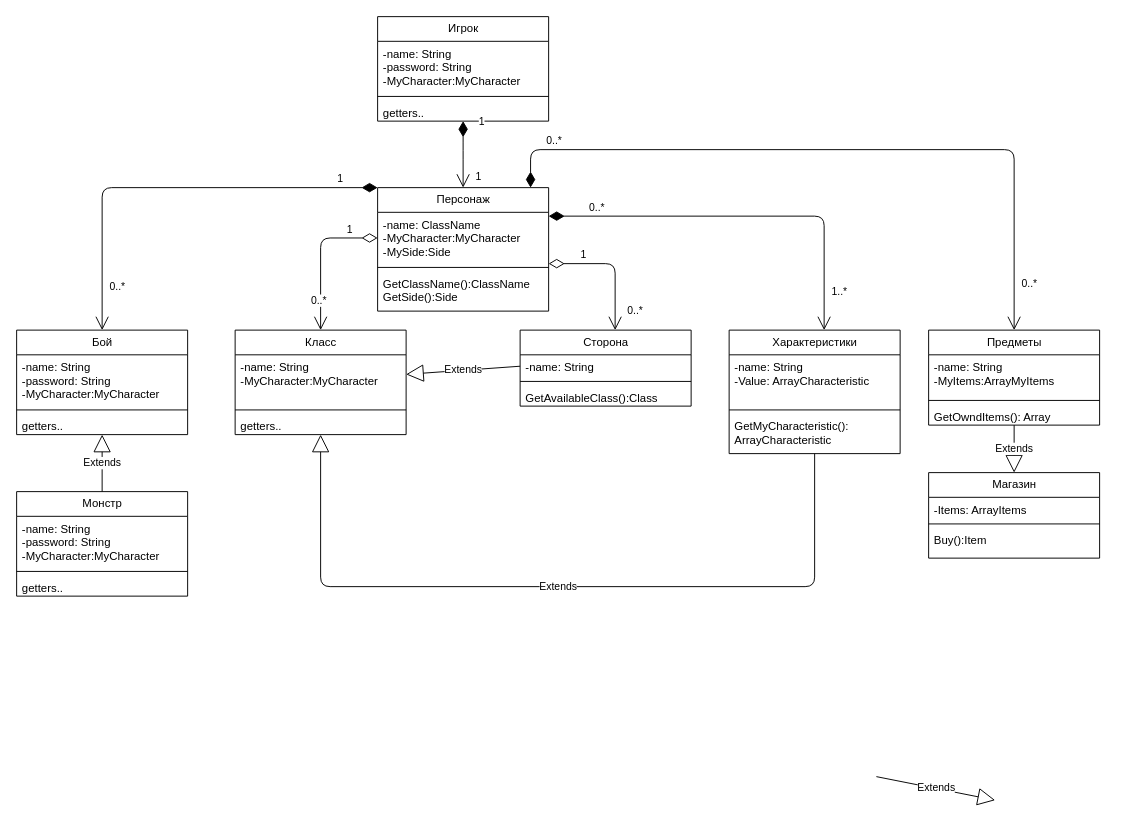
Earlier version of the draw.io diagram page "Шаг 4. Конкретизация диаграммы классов" (4 of 4) of UML/rpg_use_case_amp_class_diagram.drawio (DizZzelll/Python_kurs). Source tidied: cells renumbered, new cells numbered last; positions are measured from the earlier drawing's top-left corner, leaving out a move shared by most shapes. Both pictures are drawn from the tidied source at 95%, with x=0, y=0 at pixel (16, 16).
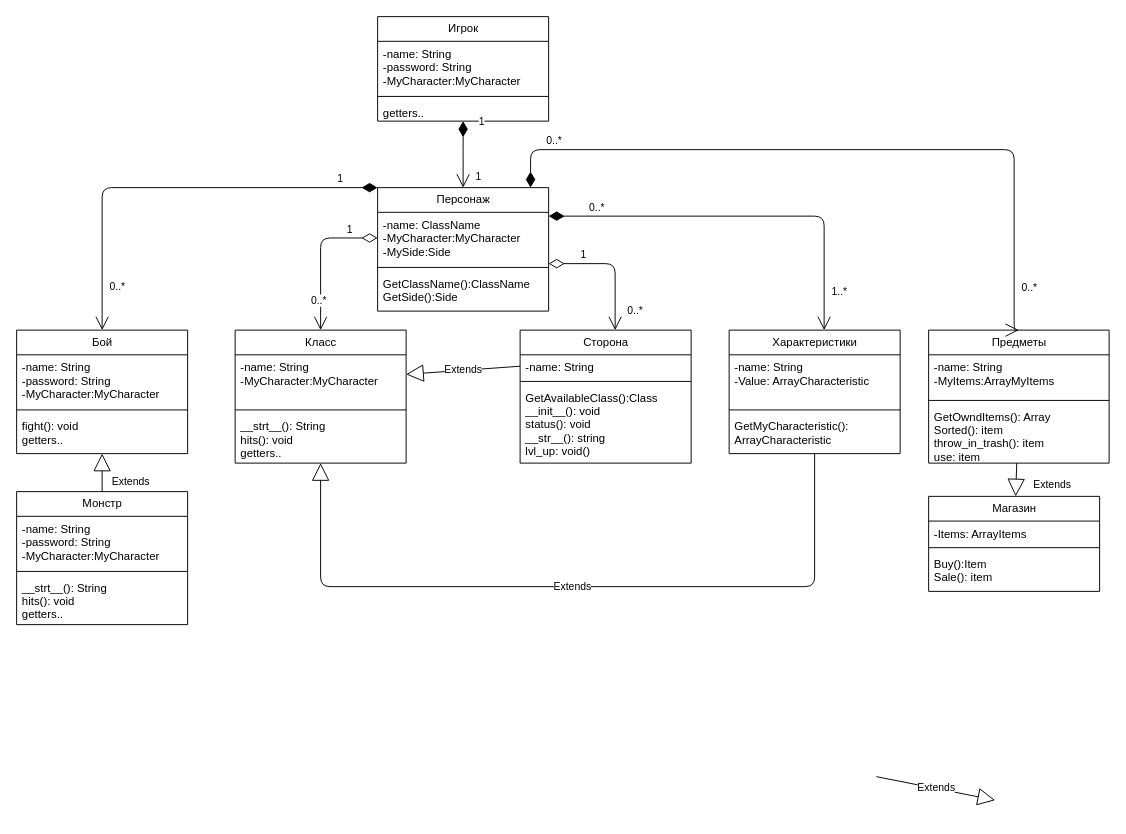
After the change.

What changed in the source:
```diff
@@
     <mxCell id="11" value="Класс" style="swimlane;fontStyle=0;horizontal=1;startSize=26;fillColor=#ffffff;fontFamily=Helvetica;fontSize=12;fontColor=#000000;align=center;strokeColor=#000000;html=1;" parent="1" vertex="1">
-      <mxGeometry x="230" y="330" width="180" height="110" as="geometry" />
+      <mxGeometry x="230" y="330" width="180" height="140" as="geometry" />
     </mxCell>
@@
-    <mxCell id="14" value="getters.." style="text;strokeColor=none;fillColor=none;align=left;verticalAlign=top;spacingLeft=4;spacingRight=4;overflow=hidden;points=[[0,0.5],[1,0.5]];portConstraint=eastwest;" parent="11" vertex="1">
-      <mxGeometry y="88" width="180" height="22" as="geometry" />
+    <mxCell id="14" value="__strt__(): String&#10;hits(): void&#10;getters.." style="text;strokeColor=none;fillColor=none;align=left;verticalAlign=top;spacingLeft=4;spacingRight=4;overflow=hidden;points=[[0,0.5],[1,0.5]];portConstraint=eastwest;" parent="11" vertex="1">
+      <mxGeometry y="88" width="180" height="52" as="geometry" />
     </mxCell>
     <mxCell id="15" value="Сторона" style="swimlane;fontStyle=0;horizontal=1;startSize=26;fillColor=#ffffff;fontFamily=Helvetica;fontSize=12;fontColor=#000000;align=center;strokeColor=#000000;html=1;" parent="1" vertex="1">
-      <mxGeometry x="530" y="330" width="180" height="80" as="geometry" />
+      <mxGeometry x="530" y="330" width="180" height="140" as="geometry" />
     </mxCell>
@@
-    <mxCell id="18" value="GetAvailableClass():Class" style="text;strokeColor=none;fillColor=none;align=left;verticalAlign=top;spacingLeft=4;spacingRight=4;overflow=hidden;" parent="15" vertex="1">
-      <mxGeometry y="58" width="180" height="22" as="geometry" />
+    <mxCell id="18" value="GetAvailableClass():Class&#10;__init__(): void&#10;status(): void&#10;__str__(): string&#10;lvl_up: void()&#10;" style="text;strokeColor=none;fillColor=none;align=left;verticalAlign=top;spacingLeft=4;spacingRight=4;overflow=hidden;" parent="15" vertex="1">
+      <mxGeometry y="58" width="180" height="82" as="geometry" />
     </mxCell>
     <mxCell id="19" value="Бой" style="swimlane;fontStyle=0;horizontal=1;startSize=26;fillColor=#ffffff;fontFamily=Helvetica;fontSize=12;fontColor=#000000;align=center;strokeColor=#000000;html=1;" parent="1" vertex="1">
-      <mxGeometry y="330" width="180" height="110" as="geometry" />
+      <mxGeometry y="330" width="180" height="130" as="geometry" />
     </mxCell>
@@
-    <mxCell id="22" value="getters.." style="text;strokeColor=none;fillColor=none;align=left;verticalAlign=top;spacingLeft=4;spacingRight=4;overflow=hidden;points=[[0,0.5],[1,0.5]];portConstraint=eastwest;" parent="19" vertex="1">
-      <mxGeometry y="88" width="180" height="22" as="geometry" />
+    <mxCell id="22" value="fight(): void&#10;getters.." style="text;strokeColor=none;fillColor=none;align=left;verticalAlign=top;spacingLeft=4;spacingRight=4;overflow=hidden;points=[[0,0.5],[1,0.5]];portConstraint=eastwest;" parent="19" vertex="1">
+      <mxGeometry y="88" width="180" height="42" as="geometry" />
     </mxCell>
     <mxCell id="23" value="Монстр" style="swimlane;fontStyle=0;horizontal=1;startSize=26;fillColor=#ffffff;fontFamily=Helvetica;fontSize=12;fontColor=#000000;align=center;strokeColor=#000000;html=1;" parent="1" vertex="1">
-      <mxGeometry y="500" width="180" height="110" as="geometry" />
+      <mxGeometry y="500" width="180" height="140" as="geometry" />
     </mxCell>
@@
-    <mxCell id="26" value="getters.." style="text;strokeColor=none;fillColor=none;align=left;verticalAlign=top;spacingLeft=4;spacingRight=4;overflow=hidden;" parent="23" vertex="1">
-      <mxGeometry y="88" width="180" height="22" as="geometry" />
-    </mxCell>
+    <mxCell id="55" value="__strt__(): String&#10;hits(): void&#10;getters.." style="text;strokeColor=none;fillColor=none;align=left;verticalAlign=top;spacingLeft=4;spacingRight=4;overflow=hidden;" parent="23" vertex="1">
+      <mxGeometry y="88" width="180" height="52" as="geometry" />
+    </mxCell>
@@
     <mxCell id="31" value="Предметы" style="swimlane;fontStyle=0;horizontal=1;startSize=26;fillColor=#ffffff;fontFamily=Helvetica;fontSize=12;fontColor=#000000;align=center;strokeColor=#000000;html=1;" parent="1" vertex="1">
-      <mxGeometry x="960" y="330" width="180" height="100" as="geometry" />
+      <mxGeometry x="960" y="330" width="190" height="140" as="geometry" />
     </mxCell>
     <mxCell id="32" value="-name: String&#10;-MyItems:ArrayMyItems" style="text;strokeColor=none;fillColor=none;align=left;verticalAlign=top;spacingLeft=4;spacingRight=4;overflow=hidden;" parent="31" vertex="1">
-      <mxGeometry y="26" width="180" height="44" as="geometry" />
+      <mxGeometry y="26" width="190" height="44" as="geometry" />
     </mxCell>
     <mxCell id="33" style="line;strokeWidth=1;fillColor=none;align=left;verticalAlign=middle;spacingTop=-1;spacingLeft=3;spacingRight=3;labelPosition=right;" parent="31" vertex="1">
-      <mxGeometry y="70" width="180" height="8" as="geometry" />
+      <mxGeometry y="70" width="190" height="8" as="geometry" />
     </mxCell>
-    <mxCell id="34" value="GetOwndItems(): Array" style="text;strokeColor=none;fillColor=none;align=left;verticalAlign=top;spacingLeft=4;spacingRight=4;overflow=hidden;" parent="31" vertex="1">
-      <mxGeometry y="78" width="180" height="22" as="geometry" />
+    <mxCell id="34" value="GetOwndItems(): Array&#10;Sorted(): item&#10;throw_in_trash(): item&#10;use: item" style="text;strokeColor=none;fillColor=none;align=left;verticalAlign=top;spacingLeft=4;spacingRight=4;overflow=hidden;" parent="31" vertex="1">
+      <mxGeometry y="78" width="190" height="62" as="geometry" />
     </mxCell>
     <mxCell id="35" value="Магазин" style="swimlane;fontStyle=0;horizontal=1;startSize=26;fillColor=#ffffff;fontFamily=Helvetica;fontSize=12;fontColor=#000000;align=center;strokeColor=#000000;html=1;" parent="1" vertex="1">
-      <mxGeometry x="960" y="480" width="180" height="90" as="geometry" />
+      <mxGeometry x="960" y="505" width="180" height="100" as="geometry" />
     </mxCell>
@@
-    <mxCell id="38" value="Buy():Item" style="text;strokeColor=none;fillColor=none;align=left;verticalAlign=top;spacingLeft=4;spacingRight=4;overflow=hidden;" parent="35" vertex="1">
-      <mxGeometry y="58" width="180" height="32" as="geometry" />
+    <mxCell id="38" value="Buy():Item&#10;Sale(): item&#10;&#10;" style="text;strokeColor=none;fillColor=none;align=left;verticalAlign=top;spacingLeft=4;spacingRight=4;overflow=hidden;" parent="35" vertex="1">
+      <mxGeometry y="58" width="180" height="42" as="geometry" />
     </mxCell>
     <mxCell id="39" value="Extends" style="endArrow=block;endSize=16;endFill=0;html=1;" parent="1" edge="1" source="23" target="22">
-      <mxGeometry relative="1" as="geometry" />
+      <mxGeometry x="-0.5" y="-30" relative="1" as="geometry" />
     </mxCell>
@@
     <mxCell id="52" value="Extends" style="endArrow=block;endSize=16;endFill=0;html=1;" parent="1" edge="1" source="31" target="35">
-      <mxGeometry relative="1" as="geometry" />
+      <mxGeometry x="0.28" y="38" relative="1" as="geometry" />
     </mxCell>
```
